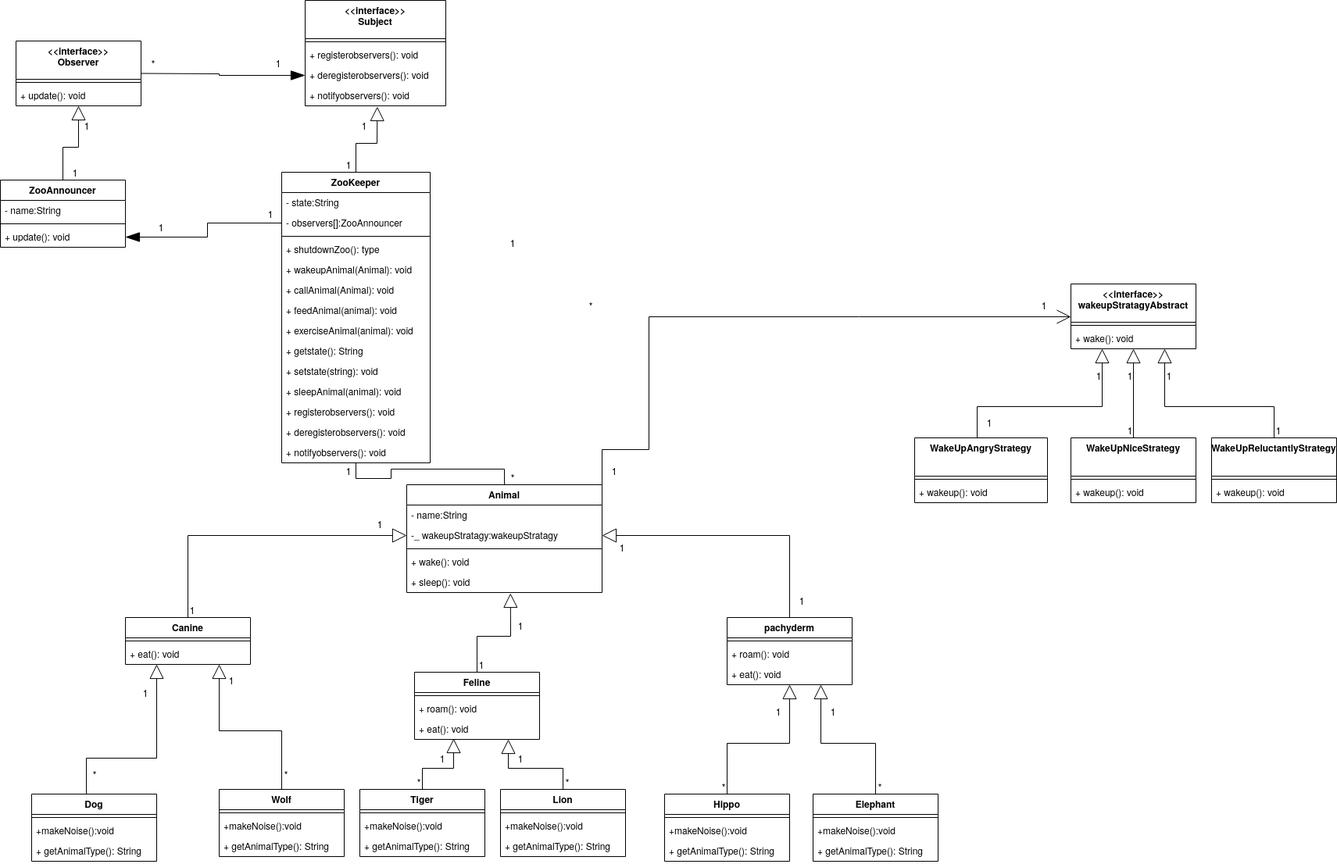
Before: classdiagramproject2.png, a diagram exported from draw.io (masc7859/csci5448_proj2). Source tidied: cells renumbered, new cells last; positions are measured from the earlier drawing's top-left corner, leaving out a move shared by most shapes.
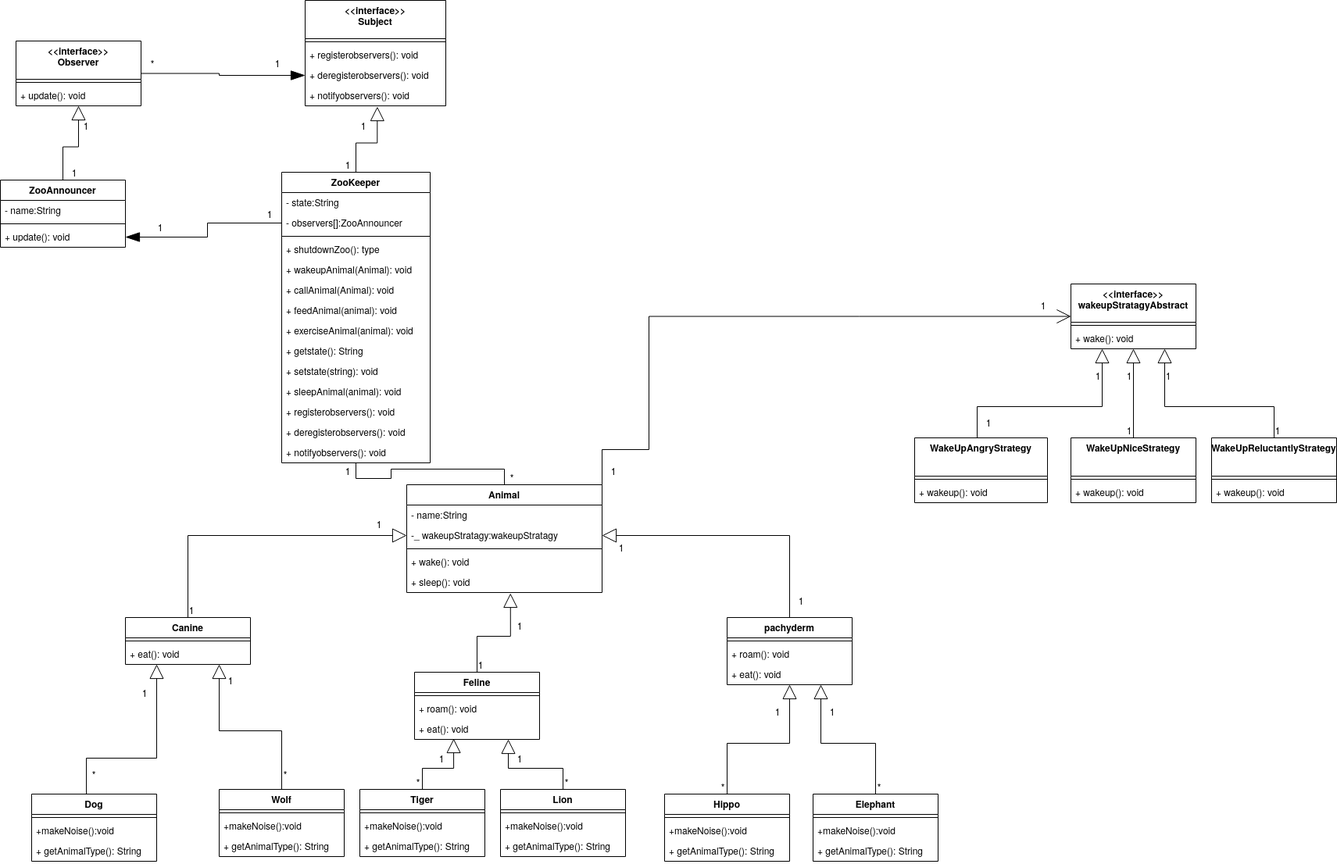
Later version of the same file.

Commit message:
added outfile output

Change to the diagram source:
```diff
@@ -236,12 +236,6 @@
     <mxCell id="74" value="+ notifyobservers(): void" style="text;strokeColor=none;fillColor=none;align=left;verticalAlign=top;spacingLeft=4;spacingRight=4;overflow=hidden;" parent="60" vertex="1">
       <mxGeometry y="346" width="190" height="26" as="geometry" />
     </mxCell>
-    <mxCell id="75" value="*" style="text;html=1;strokeColor=none;fillColor=none;align=center;verticalAlign=middle;whiteSpace=wrap;rounded=0;" parent="1" vertex="1">
-      <mxGeometry x="750" y="380" width="10" height="20" as="geometry" />
-    </mxCell>
-    <mxCell id="76" value="1" style="text;html=1;strokeColor=none;fillColor=none;align=center;verticalAlign=middle;whiteSpace=wrap;rounded=0;" parent="1" vertex="1">
-      <mxGeometry x="650" y="300" width="10" height="20" as="geometry" />
-    </mxCell>
     <mxCell id="77" value="&lt;&lt;interface&gt;&gt;&#10;Subject" style="swimlane;fontStyle=1;align=center;verticalAlign=top;horizontal=1;startSize=49;" parent="1" vertex="1">
       <mxGeometry x="390" width="180" height="135" as="geometry" />
     </mxCell>
```
